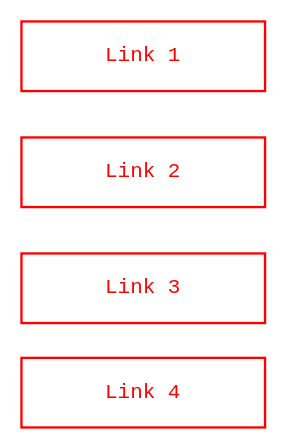
This is page "Test C++ Code" (2 of 2) of examples/linking/main.dio from hediet/vscode-drawio, a draw.io file, before an edit. Source tidied: cells renumbered, new cells numbered last; positions are measured from the earlier drawing's top-left corner, leaving out a move shared by most shapes. Both pictures are drawn from the tidied source at 116%, with x=0, y=0 at pixel (21, 21).
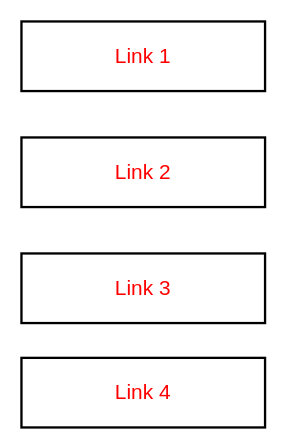
The same diagram, later.

Commit message (it also covers changes not shown here):
Added ability to link symbols without document URI

Change to the diagram source:
```diff
@@
 <mxGraphModel>
   <root>
     <mxCell id="0" />
     <mxCell id="1" parent="0" />
-    <mxCell id="2" value="Link 1" style="whiteSpace=wrap;html=1;fontFamily=Courier New;fontSize=18;fontColor=#ff0000;strokeColor=#ff0000;strokeWidth=2;" parent="1" vertex="1">
+    <mxCell id="2" value="Link 1" style="whiteSpace=wrap;html=1;fontFamily=Helvetica;fontSize=18;fontColor=#ff0000;strokeWidth=2;" parent="1" vertex="1">
       <mxGeometry width="210" height="60" as="geometry" />
     </mxCell>
-    <mxCell id="3" value="Link 2" style="whiteSpace=wrap;html=1;fontFamily=Courier New;fontSize=18;fontColor=#ff0000;strokeColor=#ff0000;strokeWidth=2;" parent="1" vertex="1">
-      <mxGeometry y="100" width="210" height="60" as="geometry" />
-    </mxCell>
-    <mxCell id="4" value="Link 3" style="whiteSpace=wrap;html=1;fontFamily=Courier New;fontSize=18;fontColor=#ff0000;strokeColor=#ff0000;strokeWidth=2;" parent="1" vertex="1">
+    <mxCell id="4" value="Link 3" style="whiteSpace=wrap;html=1;fontFamily=Helvetica;fontSize=18;fontColor=#ff0000;strokeWidth=2;" parent="1" vertex="1">
       <mxGeometry y="200" width="210" height="60" as="geometry" />
     </mxCell>
-    <mxCell id="5" value="Link 4" style="whiteSpace=wrap;html=1;fontFamily=Courier New;fontSize=18;fontColor=#ff0000;strokeColor=#ff0000;strokeWidth=2;" parent="1" vertex="1">
+    <mxCell id="5" value="Link 4" style="whiteSpace=wrap;html=1;fontFamily=Helvetica;fontSize=18;fontColor=#ff0000;strokeWidth=2;" parent="1" vertex="1">
       <mxGeometry y="290" width="210" height="60" as="geometry" />
     </mxCell>
+    <mxCell id="3" value="Link 2&lt;br&gt;" style="whiteSpace=wrap;html=1;fontFamily=Helvetica;fontSize=18;fontColor=#ff0000;strokeWidth=2;" parent="1" vertex="1">
+      <mxGeometry y="100" width="210" height="60" as="geometry" />
+    </mxCell>
   </root>
 </mxGraphModel>
```
